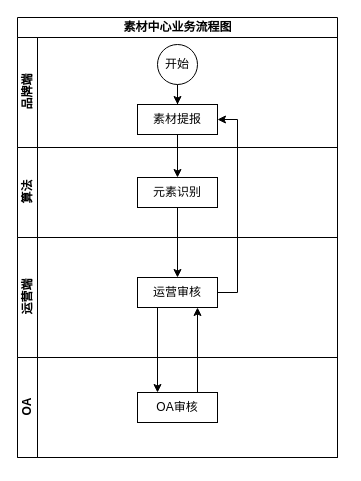
The draw.io diagram 素材智能识别/业务流程图.drawio in numberchc/drawio, before the edit. Source tidied: cells renumbered, new cells numbered last; positions are measured from the earlier drawing's top-left corner, leaving out a move shared by most shapes. Both pictures are drawn from the tidied source at 100%, with x=0, y=0 at pixel (17, 17).
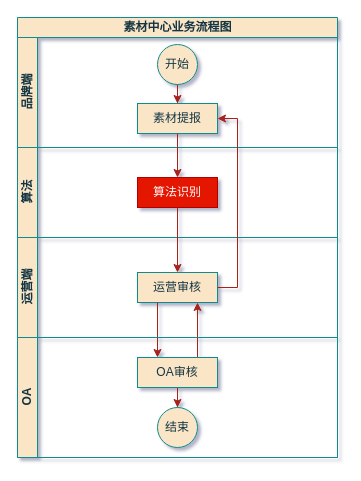
The same diagram, later.

Commit message (it also covers changes not shown here):
更新业务流程图.drawio

The edit, as a diff of the source:
```diff
@@
-<mxGraphModel>
+<mxGraphModel shadow="1">
   <root>
     <mxCell id="0" />
     <mxCell id="1" parent="0" />
-    <mxCell id="2" value="素材中心业务流程图" style="swimlane;horizontal=1;startSize=20;html=1;" parent="1" vertex="1">
+    <mxCell id="2" value="素材中心业务流程图" style="swimlane;horizontal=1;startSize=20;html=1;labelBackgroundColor=none;fillColor=#FAE5C7;strokeColor=#0F8B8D;fontColor=#143642;" parent="1" vertex="1">
       <mxGeometry width="320" height="440" as="geometry" />
     </mxCell>
-    <mxCell id="3" value="品牌端" style="swimlane;startSize=20;horizontal=0;html=1;" parent="2" vertex="1">
+    <mxCell id="3" value="品牌端" style="swimlane;startSize=20;horizontal=0;html=1;labelBackgroundColor=none;fillColor=#FAE5C7;strokeColor=#0F8B8D;fontColor=#143642;" parent="2" vertex="1">
       <mxGeometry y="20" width="320" height="110" as="geometry" />
     </mxCell>
-    <mxCell id="4" style="edgeStyle=orthogonalEdgeStyle;rounded=0;jettySize=auto;html=1;exitX=0.5;exitY=1;exitDx=0;exitDy=0;" parent="3" edge="1" source="5" target="6">
+    <mxCell id="4" style="edgeStyle=orthogonalEdgeStyle;rounded=0;jettySize=auto;html=1;exitX=0.5;exitY=1;exitDx=0;exitDy=0;labelBackgroundColor=none;strokeColor=#A8201A;fontColor=default;" parent="3" edge="1" source="5" target="6">
       <mxGeometry relative="1" as="geometry" />
     </mxCell>
-    <mxCell id="5" value="开始" style="ellipse;whiteSpace=wrap;html=1;" parent="3" vertex="1">
+    <mxCell id="5" value="开始" style="ellipse;whiteSpace=wrap;html=1;labelBackgroundColor=none;fillColor=#FAE5C7;strokeColor=#0F8B8D;fontColor=#143642;" parent="3" vertex="1">
       <mxGeometry x="140" y="7" width="40" height="40" as="geometry" />
     </mxCell>
-    <mxCell id="6" value="素材提报" style="rounded=0;whiteSpace=wrap;html=1;glass=0;sketch=0;" parent="3" vertex="1">
-      <mxGeometry x="120" y="67" width="80" height="30" as="geometry" />
+    <mxCell id="6" value="素材提报" style="rounded=0;whiteSpace=wrap;html=1;glass=0;sketch=0;labelBackgroundColor=none;fillColor=#FAE5C7;strokeColor=#0F8B8D;fontColor=#143642;" parent="3" vertex="1">
+      <mxGeometry x="120" y="66" width="80" height="30" as="geometry" />
     </mxCell>
-    <mxCell id="7" value="算法" style="swimlane;startSize=20;horizontal=0;html=1;" parent="2" vertex="1">
+    <mxCell id="7" value="算法" style="swimlane;startSize=20;horizontal=0;html=1;labelBackgroundColor=none;fillColor=#FAE5C7;strokeColor=#0F8B8D;fontColor=#143642;" parent="2" vertex="1">
       <mxGeometry y="130" width="320" height="90" as="geometry" />
     </mxCell>
-    <mxCell id="8" value="元素识别" style="rounded=0;whiteSpace=wrap;html=1;glass=0;sketch=0;" parent="7" vertex="1">
+    <mxCell id="8" value="算法识别" style="rounded=0;whiteSpace=wrap;html=1;glass=0;sketch=0;labelBackgroundColor=none;fillColor=#e51400;strokeColor=#B20000;fontColor=#ffffff;" parent="7" vertex="1">
       <mxGeometry x="120" y="30" width="80" height="30" as="geometry" />
     </mxCell>
-    <mxCell id="9" value="运营端" style="swimlane;startSize=20;horizontal=0;html=1;" parent="2" vertex="1">
-      <mxGeometry y="220" width="320" height="120" as="geometry" />
+    <mxCell id="9" value="运营端" style="swimlane;startSize=20;horizontal=0;html=1;labelBackgroundColor=none;fillColor=#FAE5C7;strokeColor=#0F8B8D;fontColor=#143642;" parent="2" vertex="1">
+      <mxGeometry y="220" width="320" height="100" as="geometry" />
     </mxCell>
-    <mxCell id="10" value="运营审核" style="rounded=0;whiteSpace=wrap;html=1;glass=0;sketch=0;" parent="9" vertex="1">
-      <mxGeometry x="120" y="40" width="80" height="30" as="geometry" />
+    <mxCell id="10" value="运营审核" style="rounded=0;whiteSpace=wrap;html=1;glass=0;sketch=0;labelBackgroundColor=none;fillColor=#FAE5C7;strokeColor=#0F8B8D;fontColor=#143642;" parent="9" vertex="1">
+      <mxGeometry x="120" y="35" width="80" height="30" as="geometry" />
     </mxCell>
-    <mxCell id="11" style="edgeStyle=orthogonalEdgeStyle;rounded=0;jettySize=auto;html=1;exitX=0.5;exitY=1;exitDx=0;exitDy=0;" parent="2" edge="1" source="6" target="8">
+    <mxCell id="11" style="edgeStyle=orthogonalEdgeStyle;rounded=0;jettySize=auto;html=1;exitX=0.5;exitY=1;exitDx=0;exitDy=0;labelBackgroundColor=none;strokeColor=#A8201A;fontColor=default;" parent="2" edge="1" source="6" target="8">
       <mxGeometry relative="1" as="geometry" />
     </mxCell>
-    <mxCell id="12" style="edgeStyle=orthogonalEdgeStyle;rounded=0;jettySize=auto;html=1;exitX=0.5;exitY=1;exitDx=0;exitDy=0;entryX=0.5;entryY=0;entryDx=0;entryDy=0;" parent="2" edge="1" source="8" target="10">
+    <mxCell id="12" style="edgeStyle=orthogonalEdgeStyle;rounded=0;jettySize=auto;html=1;exitX=0.5;exitY=1;exitDx=0;exitDy=0;entryX=0.5;entryY=0;entryDx=0;entryDy=0;labelBackgroundColor=none;strokeColor=#A8201A;fontColor=default;" parent="2" edge="1" source="8" target="10">
       <mxGeometry relative="1" as="geometry" />
     </mxCell>
-    <mxCell id="13" style="edgeStyle=orthogonalEdgeStyle;rounded=0;jettySize=auto;html=1;exitX=1;exitY=0.5;exitDx=0;exitDy=0;entryX=1;entryY=0.5;entryDx=0;entryDy=0;" parent="2" edge="1" source="10" target="6">
+    <mxCell id="13" style="edgeStyle=orthogonalEdgeStyle;rounded=0;jettySize=auto;html=1;exitX=1;exitY=0.5;exitDx=0;exitDy=0;entryX=1;entryY=0.5;entryDx=0;entryDy=0;labelBackgroundColor=none;strokeColor=#A8201A;fontColor=default;" parent="2" edge="1" source="10" target="6">
       <mxGeometry relative="1" as="geometry" />
     </mxCell>
-    <mxCell id="14" style="edgeStyle=orthogonalEdgeStyle;rounded=0;jettySize=auto;html=1;exitX=0.25;exitY=1;exitDx=0;exitDy=0;entryX=0.25;entryY=0;entryDx=0;entryDy=0;" parent="2" edge="1" source="10" target="17">
+    <mxCell id="14" style="edgeStyle=orthogonalEdgeStyle;rounded=0;jettySize=auto;html=1;exitX=0.25;exitY=1;exitDx=0;exitDy=0;entryX=0.25;entryY=0;entryDx=0;entryDy=0;labelBackgroundColor=none;strokeColor=#A8201A;fontColor=default;" parent="2" edge="1" source="10" target="17">
       <mxGeometry relative="1" as="geometry" />
     </mxCell>
-    <mxCell id="15" style="edgeStyle=orthogonalEdgeStyle;rounded=0;jettySize=auto;html=1;exitX=0.75;exitY=0;exitDx=0;exitDy=0;entryX=0.75;entryY=1;entryDx=0;entryDy=0;" parent="2" edge="1" source="17" target="10">
+    <mxCell id="15" style="edgeStyle=orthogonalEdgeStyle;rounded=0;jettySize=auto;html=1;exitX=0.75;exitY=0;exitDx=0;exitDy=0;entryX=0.75;entryY=1;entryDx=0;entryDy=0;labelBackgroundColor=none;strokeColor=#A8201A;fontColor=default;" parent="2" edge="1" source="17" target="10">
       <mxGeometry relative="1" as="geometry" />
     </mxCell>
-    <mxCell id="16" value="OA" style="swimlane;startSize=20;horizontal=0;html=1;" parent="2" vertex="1">
-      <mxGeometry y="340" width="320" height="100" as="geometry" />
+    <mxCell id="16" value="OA" style="swimlane;startSize=20;horizontal=0;html=1;labelBackgroundColor=none;fillColor=#FAE5C7;strokeColor=#0F8B8D;fontColor=#143642;" parent="2" vertex="1">
+      <mxGeometry y="320" width="320" height="120" as="geometry" />
     </mxCell>
+    <mxCell id="18" style="edgeStyle=orthogonalEdgeStyle;rounded=0;jettySize=auto;html=1;strokeColor=#A8201A;fontColor=#143642;fillColor=#FAE5C7;" parent="16" edge="1" source="17" target="19">
+      <mxGeometry relative="1" as="geometry" />
+    </mxCell>
-    <mxCell id="17" value="OA审核" style="rounded=0;whiteSpace=wrap;html=1;glass=0;sketch=0;" parent="16" vertex="1">
-      <mxGeometry x="120" y="35" width="80" height="30" as="geometry" />
+    <mxCell id="17" value="OA审核" style="rounded=0;whiteSpace=wrap;html=1;glass=0;sketch=0;labelBackgroundColor=none;fillColor=#FAE5C7;strokeColor=#0F8B8D;fontColor=#143642;" parent="16" vertex="1">
+      <mxGeometry x="120" y="20" width="80" height="30" as="geometry" />
     </mxCell>
+    <mxCell id="19" value="结束" style="ellipse;whiteSpace=wrap;html=1;labelBackgroundColor=none;fillColor=#FAE5C7;strokeColor=#0F8B8D;fontColor=#143642;" parent="16" vertex="1">
+      <mxGeometry x="140" y="70" width="40" height="40" as="geometry" />
+    </mxCell>
   </root>
 </mxGraphModel>
```
